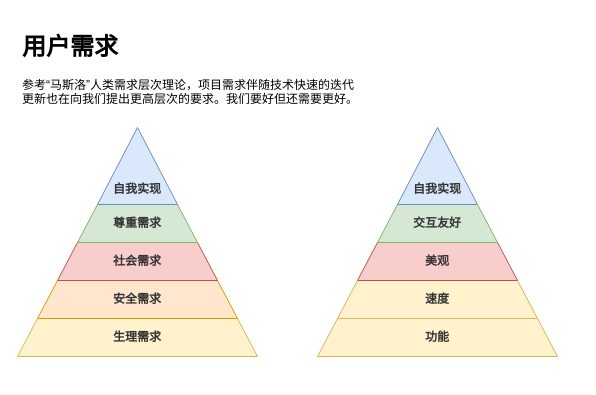
Above: 低代码—用户需求.drawio in tangyaosimida/love (draw.io), before the change. Source tidied: cells renumbered, new cells numbered last; positions are measured from the earlier drawing's top-left corner, leaving out a move shared by most shapes. Both pictures are drawn from the tidied source at 100%, with x=0, y=0 at pixel (17, 27).
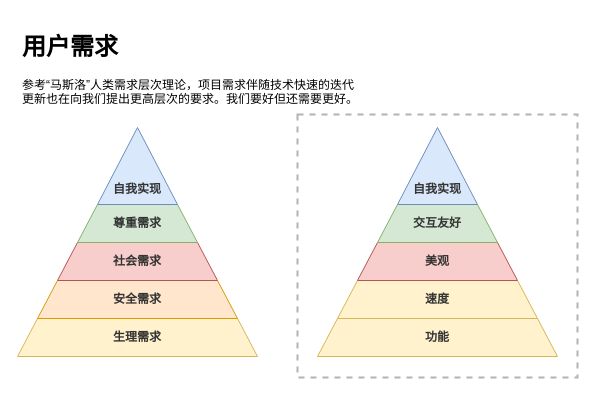
Above is the later version.

Commit message (it also covers changes not shown here):
更新低代码—用户需求.drawio

The edit, as a diff of the source:
```diff
@@
 <mxGraphModel>
   <root>
     <mxCell id="0" />
     <mxCell id="1" parent="0" />
+    <mxCell id="15" style="rounded=0;whiteSpace=wrap;html=1;fillColor=none;dashed=1;strokeColor=#B3B3B3;strokeWidth=2;" parent="1" vertex="1">
+      <mxGeometry x="280" y="87" width="280" height="263" as="geometry" />
+    </mxCell>
     <mxCell id="2" value="&lt;h1&gt;用户需求&lt;/h1&gt;&lt;div&gt;参考“马斯洛”人类需求层次理论，项目需求伴随技术快速的迭代更新也在向我们提出更高层次的要求。我们要好但还需要更好。&lt;/div&gt;" style="text;html=1;spacing=5;spacingTop=-20;whiteSpace=wrap;overflow=hidden;rounded=0;" parent="1" vertex="1">
       <mxGeometry width="350" height="100" as="geometry" />
     </mxCell>
     <mxCell id="3" value="生理需求" style="shape=trapezoid;perimeter=trapezoidPerimeter;whiteSpace=wrap;html=1;fixedSize=1;fillColor=#fff2cc;strokeColor=#d6b656;fontStyle=1;fontColor=#333333;fontSize=12;" parent="1" vertex="1">
       <mxGeometry y="291" width="240" height="38" as="geometry" />
     </mxCell>
     <mxCell id="4" value="安全需求" style="shape=trapezoid;perimeter=trapezoidPerimeter;whiteSpace=wrap;html=1;fixedSize=1;fillColor=#ffe6cc;strokeColor=#d79b00;fontStyle=1;fontColor=#333333;fontSize=12;" parent="1" vertex="1">
       <mxGeometry x="20" y="253" width="200" height="38" as="geometry" />
     </mxCell>
     <mxCell id="5" value="社会需求" style="shape=trapezoid;perimeter=trapezoidPerimeter;whiteSpace=wrap;html=1;fixedSize=1;fillColor=#f8cecc;strokeColor=#b85450;fontStyle=1;fontColor=#333333;fontSize=12;" parent="1" vertex="1">
       <mxGeometry x="40" y="215" width="160" height="38" as="geometry" />
     </mxCell>
     <mxCell id="6" value="尊重需求" style="shape=trapezoid;perimeter=trapezoidPerimeter;whiteSpace=wrap;html=1;fixedSize=1;fillColor=#d5e8d4;strokeColor=#82b366;fontStyle=1;fontColor=#333333;fontSize=12;" parent="1" vertex="1">
       <mxGeometry x="60" y="177" width="120" height="38" as="geometry" />
     </mxCell>
     <mxCell id="7" style="verticalLabelPosition=bottom;verticalAlign=top;html=1;shape=mxgraph.basic.acute_triangle;dx=0.5;fillColor=#dae8fc;strokeColor=#6c8ebf;fontColor=#333333;" parent="1" vertex="1">
       <mxGeometry x="80" y="100" width="80" height="77" as="geometry" />
     </mxCell>
     <mxCell id="8" value="功能" style="shape=trapezoid;perimeter=trapezoidPerimeter;whiteSpace=wrap;html=1;fixedSize=1;fillColor=#fff2cc;strokeColor=#d6b656;fontStyle=1;fontColor=#333333;fontSize=12;" parent="1" vertex="1">
       <mxGeometry x="300" y="291" width="240" height="38" as="geometry" />
     </mxCell>
     <mxCell id="9" value="速度" style="shape=trapezoid;perimeter=trapezoidPerimeter;whiteSpace=wrap;html=1;fixedSize=1;fillColor=#fff2cc;strokeColor=#d6b656;fontStyle=1;fontColor=#333333;fontSize=12;" parent="1" vertex="1">
       <mxGeometry x="320" y="253" width="200" height="38" as="geometry" />
     </mxCell>
     <mxCell id="10" value="美观" style="shape=trapezoid;perimeter=trapezoidPerimeter;whiteSpace=wrap;html=1;fixedSize=1;fillColor=#f8cecc;strokeColor=#b85450;fontStyle=1;fontColor=#333333;fontSize=12;" parent="1" vertex="1">
       <mxGeometry x="340" y="215" width="160" height="38" as="geometry" />
     </mxCell>
     <mxCell id="11" value="交互友好" style="shape=trapezoid;perimeter=trapezoidPerimeter;whiteSpace=wrap;html=1;fixedSize=1;fillColor=#d5e8d4;strokeColor=#82b366;fontStyle=1;fontColor=#333333;fontSize=12;" parent="1" vertex="1">
       <mxGeometry x="360" y="177" width="120" height="38" as="geometry" />
     </mxCell>
     <mxCell id="12" style="verticalLabelPosition=bottom;verticalAlign=top;html=1;shape=mxgraph.basic.acute_triangle;dx=0.5;fillColor=#dae8fc;strokeColor=#6c8ebf;fontColor=#333333;" parent="1" vertex="1">
       <mxGeometry x="380" y="100" width="80" height="77" as="geometry" />
     </mxCell>
     <mxCell id="13" value="自我实现" style="text;html=1;align=center;verticalAlign=middle;whiteSpace=wrap;rounded=0;fontStyle=1;fontColor=#333333;fontSize=12;" parent="1" vertex="1">
       <mxGeometry x="90" y="147" width="60" height="30" as="geometry" />
     </mxCell>
     <mxCell id="14" value="自我实现" style="text;html=1;align=center;verticalAlign=middle;whiteSpace=wrap;rounded=0;fontStyle=1;fontColor=#333333;fontSize=12;" parent="1" vertex="1">
       <mxGeometry x="390" y="147" width="60" height="30" as="geometry" />
     </mxCell>
   </root>
 </mxGraphModel>
```
